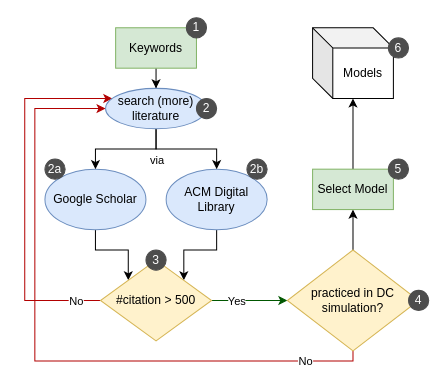
Above: papers/multi-meta-model-paper/drawio-figures/survey_energy_models.drawio in Radu-Nicolae/atlarge (draw.io), before the change. Source tidied: cells renumbered, new cells numbered last; positions are measured from the earlier drawing's top-left corner, leaving out a move shared by most shapes. Both pictures are drawn from the tidied source at 101%, with x=0, y=0 at pixel (24, 17).
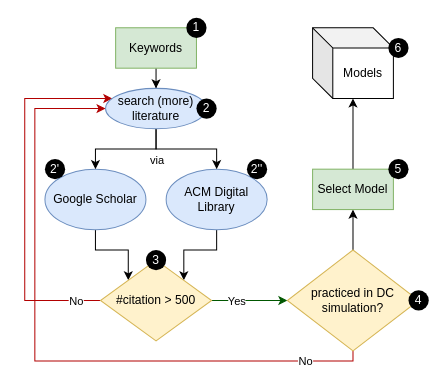
After the change.

The edit, as a diff of the source:
```diff
@@
-    <mxCell id="24" value="1" style="ellipse;whiteSpace=wrap;html=1;fontColor=#FFFFFF;fillColor=#4D4D4D;strokeColor=#4D4D4D;" parent="1" vertex="1">
+    <mxCell id="24" value="1" style="ellipse;whiteSpace=wrap;html=1;fontColor=#FFFFFF;fillColor=#000000;strokeColor=none;" parent="1" vertex="1">
       <mxGeometry x="160" width="20" height="20" as="geometry" />
     </mxCell>
-    <mxCell id="25" value="2" style="ellipse;whiteSpace=wrap;html=1;fontColor=#FFFFFF;fillColor=#4D4D4D;strokeColor=#4D4D4D;" parent="1" vertex="1">
+    <mxCell id="25" value="2" style="ellipse;whiteSpace=wrap;html=1;fontColor=#FFFFFF;fillColor=#000000;strokeColor=none;" parent="1" vertex="1">
       <mxGeometry x="170" y="80" width="20" height="20" as="geometry" />
     </mxCell>
-    <mxCell id="26" value="2a" style="ellipse;whiteSpace=wrap;html=1;fontColor=#FFFFFF;fillColor=#4D4D4D;strokeColor=#4D4D4D;" parent="1" vertex="1">
+    <mxCell id="26" value="2'" style="ellipse;whiteSpace=wrap;html=1;fontColor=#FFFFFF;fillColor=#000000;strokeColor=none;" parent="1" vertex="1">
       <mxGeometry x="20" y="140" width="20" height="20" as="geometry" />
     </mxCell>
-    <mxCell id="27" value="2b" style="ellipse;whiteSpace=wrap;html=1;fontColor=#FFFFFF;fillColor=#4D4D4D;strokeColor=#4D4D4D;" parent="1" vertex="1">
+    <mxCell id="27" value="2''" style="ellipse;whiteSpace=wrap;html=1;fontColor=#FFFFFF;fillColor=#000000;strokeColor=none;" parent="1" vertex="1">
       <mxGeometry x="220" y="140" width="20" height="20" as="geometry" />
     </mxCell>
-    <mxCell id="28" value="3" style="ellipse;whiteSpace=wrap;html=1;fontColor=#FFFFFF;fillColor=#4D4D4D;strokeColor=#4D4D4D;" parent="1" vertex="1">
+    <mxCell id="28" value="3" style="ellipse;whiteSpace=wrap;html=1;fontColor=#FFFFFF;fillColor=#000000;strokeColor=none;" parent="1" vertex="1">
       <mxGeometry x="120" y="230" width="20" height="20" as="geometry" />
     </mxCell>
-    <mxCell id="29" value="4" style="ellipse;whiteSpace=wrap;html=1;fontColor=#FFFFFF;fillColor=#4D4D4D;strokeColor=#4D4D4D;" parent="1" vertex="1">
+    <mxCell id="29" value="4" style="ellipse;whiteSpace=wrap;html=1;fontColor=#FFFFFF;fillColor=#000000;strokeColor=none;" parent="1" vertex="1">
       <mxGeometry x="380" y="270" width="20" height="20" as="geometry" />
     </mxCell>
-    <mxCell id="30" value="5" style="ellipse;whiteSpace=wrap;html=1;fontColor=#FFFFFF;fillColor=#4D4D4D;strokeColor=#4D4D4D;" parent="1" vertex="1">
+    <mxCell id="30" value="5" style="ellipse;whiteSpace=wrap;html=1;fontColor=#FFFFFF;fillColor=#000000;strokeColor=none;" parent="1" vertex="1">
       <mxGeometry x="360" y="140" width="20" height="20" as="geometry" />
     </mxCell>
-    <mxCell id="31" value="6" style="ellipse;whiteSpace=wrap;html=1;fontColor=#FFFFFF;fillColor=#4D4D4D;strokeColor=#4D4D4D;" parent="1" vertex="1">
+    <mxCell id="31" value="6" style="ellipse;whiteSpace=wrap;html=1;fontColor=#FFFFFF;fillColor=#000000;strokeColor=none;" parent="1" vertex="1">
       <mxGeometry x="360" y="20" width="20" height="20" as="geometry" />
     </mxCell>
```
